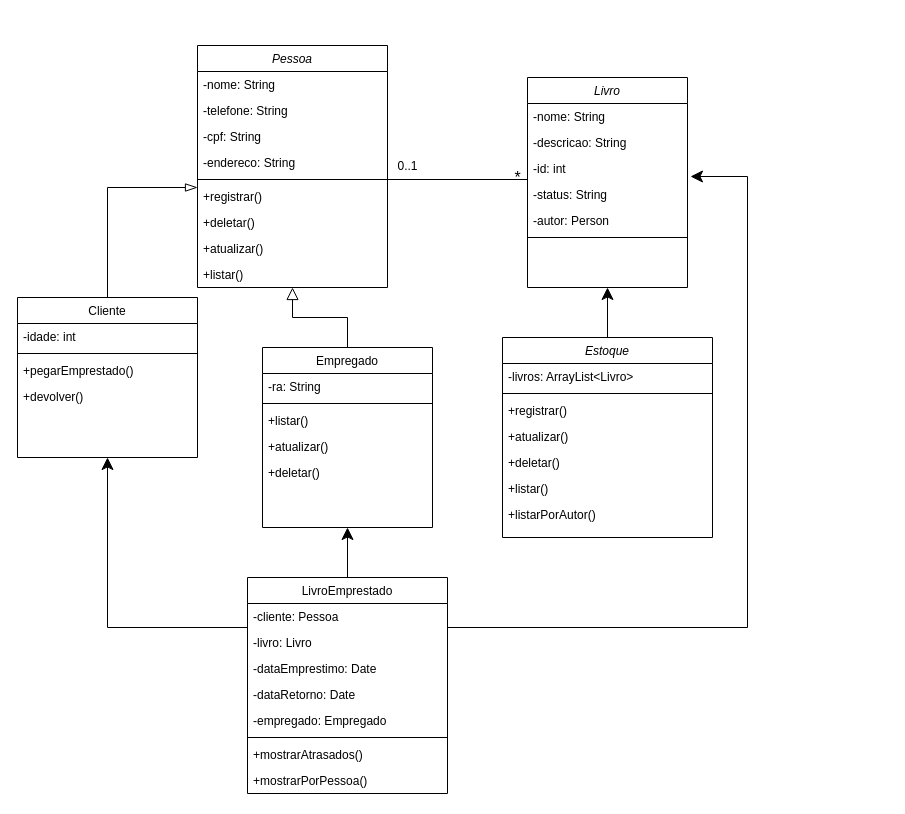
Earlier version of the draw.io diagram Untitled Diagram.drawio (JuanIWK3/diagrams). Source tidied: cells renumbered, new cells numbered last; positions are measured from the earlier drawing's top-left corner, leaving out a move shared by most shapes. Both pictures are drawn from the tidied source at 100%, with x=0, y=0 at pixel (17, 45).
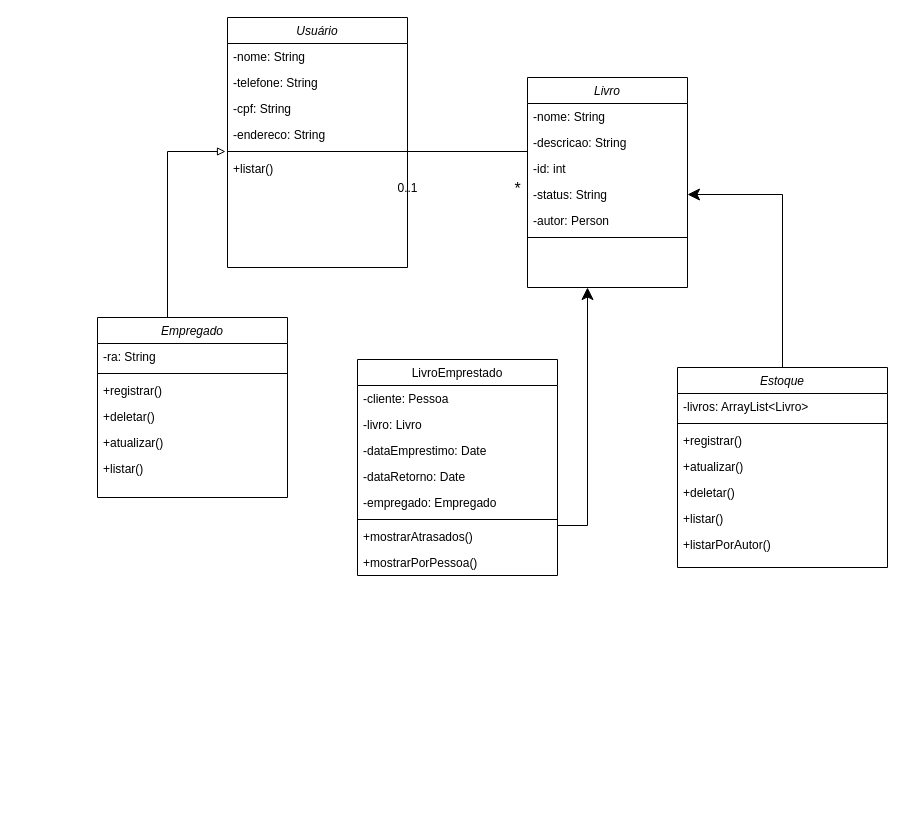
The same diagram, later.

The change refers to these unchanged cells:
```xml
<mxCell id="25" value="Livro" style="swimlane;fontStyle=2;align=center;verticalAlign=top;horizontal=1;startSize=26;rounded=0;shadow=0;strokeWidth=1;" parent="1" vertex="1">
  <mxGeometry x="510" y="32" width="160" height="210" as="geometry" />
</mxCell>
<mxCell id="29" value="-status: String" style="text;align=left;verticalAlign=top;spacingLeft=4;spacingRight=4;overflow=hidden;points=[[0,0.5],[1,0.5]];portConstraint=eastwest;" parent="25" vertex="1">
  <mxGeometry y="104" width="160" height="26" as="geometry" />
</mxCell>
```

Diff of the diagram source:
```diff
@@
-    <mxCell id="2" value="Pessoa" style="swimlane;fontStyle=2;align=center;verticalAlign=top;horizontal=1;startSize=26;rounded=0;shadow=0;strokeWidth=1;" parent="1" vertex="1">
-      <mxGeometry x="180" width="190" height="242" as="geometry" />
+    <mxCell id="2" value="Usuário" style="swimlane;fontStyle=2;align=center;verticalAlign=top;horizontal=1;startSize=26;rounded=0;shadow=0;strokeWidth=1;" parent="1" vertex="1">
+      <mxGeometry x="210" y="-28" width="180" height="250" as="geometry" />
     </mxCell>
     <mxCell id="3" value="-nome: String" style="text;align=left;verticalAlign=top;spacingLeft=4;spacingRight=4;overflow=hidden;" parent="2" vertex="1">
-      <mxGeometry y="26" width="190" height="26" as="geometry" />
+      <mxGeometry y="26" width="180" height="26" as="geometry" />
     </mxCell>
     <mxCell id="4" value="-telefone: String" style="text;align=left;verticalAlign=top;spacingLeft=4;spacingRight=4;overflow=hidden;rounded=0;shadow=0;html=0;" parent="2" vertex="1">
-      <mxGeometry y="52" width="190" height="26" as="geometry" />
+      <mxGeometry y="52" width="180" height="26" as="geometry" />
     </mxCell>
     <mxCell id="5" value="-cpf: String" style="text;align=left;verticalAlign=top;spacingLeft=4;spacingRight=4;overflow=hidden;rounded=0;shadow=0;html=0;" parent="2" vertex="1">
-      <mxGeometry y="78" width="190" height="26" as="geometry" />
+      <mxGeometry y="78" width="180" height="26" as="geometry" />
     </mxCell>
     <mxCell id="6" value="-endereco: String" style="text;align=left;verticalAlign=top;spacingLeft=4;spacingRight=4;overflow=hidden;points=[[0,0.5],[1,0.5]];portConstraint=eastwest;rounded=0;shadow=0;html=0;" parent="2" vertex="1">
-      <mxGeometry y="104" width="190" height="26" as="geometry" />
+      <mxGeometry y="104" width="180" height="26" as="geometry" />
     </mxCell>
     <mxCell id="7" style="line;html=1;strokeWidth=1;align=left;verticalAlign=middle;spacingTop=-1;spacingLeft=3;spacingRight=3;labelPosition=right;points=[];portConstraint=eastwest;" parent="2" vertex="1">
-      <mxGeometry y="130" width="190" height="8" as="geometry" />
+      <mxGeometry y="130" width="180" height="8" as="geometry" />
     </mxCell>
-    <mxCell id="8" value="+registrar()&#10;" style="text;align=left;verticalAlign=top;spacingLeft=4;spacingRight=4;overflow=hidden;" parent="2" vertex="1">
-      <mxGeometry y="138" width="190" height="26" as="geometry" />
-    </mxCell>
-    <mxCell id="9" value="+deletar()" style="text;align=left;verticalAlign=top;spacingLeft=4;spacingRight=4;overflow=hidden;" parent="2" vertex="1">
-      <mxGeometry y="164" width="190" height="26" as="geometry" />
-    </mxCell>
-    <mxCell id="10" value="+atualizar()" style="text;align=left;verticalAlign=top;spacingLeft=4;spacingRight=4;overflow=hidden;" parent="2" vertex="1">
-      <mxGeometry y="190" width="190" height="26" as="geometry" />
-    </mxCell>
     <mxCell id="11" value="+listar()" style="text;align=left;verticalAlign=top;spacingLeft=4;spacingRight=4;overflow=hidden;" parent="2" vertex="1">
-      <mxGeometry y="216" width="190" height="26" as="geometry" />
+      <mxGeometry y="138" width="180" height="26" as="geometry" />
     </mxCell>
-    <mxCell id="12" value="Cliente" style="swimlane;fontStyle=0;align=center;verticalAlign=top;horizontal=1;startSize=26;rounded=0;shadow=0;strokeWidth=1;" parent="1" vertex="1">
-      <mxGeometry y="252" width="180" height="160" as="geometry" />
-    </mxCell>
-    <mxCell id="13" value="-idade: int" style="text;align=left;verticalAlign=top;spacingLeft=4;spacingRight=4;overflow=hidden;rounded=0;shadow=0;html=0;" parent="12" vertex="1">
-      <mxGeometry y="26" width="180" height="26" as="geometry" />
-    </mxCell>
-    <mxCell id="14" style="line;html=1;strokeWidth=1;align=left;verticalAlign=middle;spacingTop=-1;spacingLeft=3;spacingRight=3;labelPosition=right;" parent="12" vertex="1">
-      <mxGeometry y="52" width="180" height="8" as="geometry" />
-    </mxCell>
-    <mxCell id="15" value="+pegarEmprestado()" style="text;align=left;verticalAlign=top;spacingLeft=4;spacingRight=4;overflow=hidden;" parent="12" vertex="1">
-      <mxGeometry y="60" width="180" height="26" as="geometry" />
-    </mxCell>
-    <mxCell id="16" value="+devolver()" style="text;align=left;verticalAlign=top;spacingLeft=4;spacingRight=4;overflow=hidden;" parent="12" vertex="1">
-      <mxGeometry y="86" width="180" height="26" as="geometry" />
-    </mxCell>
-    <mxCell id="17" style="endArrow=blockThin;endSize=10;endFill=0;shadow=0;strokeWidth=1;rounded=0;edgeStyle=elbowEdgeStyle;elbow=vertical;startSize=6;" parent="1" edge="1" source="12" target="2">
-      <mxGeometry relative="1" as="geometry">
-        <Array as="points">
-          <mxPoint x="90" y="142" />
-          <mxPoint x="90" y="262" />
-          <mxPoint x="110" y="172" />
-          <mxPoint x="110" y="162" />
-          <mxPoint x="90" y="192" />
-        </Array>
-      </mxGeometry>
-    </mxCell>
-    <mxCell id="18" style="edgeStyle=orthogonalEdgeStyle;rounded=0;jettySize=auto;html=1;fontSize=16;endArrow=block;endFill=0;endSize=10;entryX=0.5;entryY=1;entryDx=0;entryDy=0;" parent="1" edge="1" source="19" target="2">
-      <mxGeometry relative="1" as="geometry" />
-    </mxCell>
-    <mxCell id="19" value="Empregado" style="swimlane;fontStyle=0;align=center;verticalAlign=top;horizontal=1;startSize=26;rounded=0;shadow=0;strokeWidth=1;" parent="1" vertex="1">
-      <mxGeometry x="245" y="302" width="170" height="180" as="geometry" />
-    </mxCell>
-    <mxCell id="20" value="-ra: String" style="text;align=left;verticalAlign=top;spacingLeft=4;spacingRight=4;overflow=hidden;" parent="19" vertex="1">
-      <mxGeometry y="26" width="170" height="26" as="geometry" />
-    </mxCell>
-    <mxCell id="21" style="line;html=1;strokeWidth=1;align=left;verticalAlign=middle;spacingTop=-1;spacingLeft=3;spacingRight=3;labelPosition=right;" parent="19" vertex="1">
-      <mxGeometry y="52" width="170" height="8" as="geometry" />
-    </mxCell>
-    <mxCell id="22" value="+listar()" style="text;align=left;verticalAlign=top;spacingLeft=4;spacingRight=4;overflow=hidden;" parent="19" vertex="1">
-      <mxGeometry y="60" width="170" height="26" as="geometry" />
-    </mxCell>
-    <mxCell id="23" value="+atualizar()" style="text;align=left;verticalAlign=top;spacingLeft=4;spacingRight=4;overflow=hidden;" parent="19" vertex="1">
-      <mxGeometry y="86" width="170" height="26" as="geometry" />
-    </mxCell>
-    <mxCell id="24" value="+deletar()" style="text;align=left;verticalAlign=top;spacingLeft=4;spacingRight=4;overflow=hidden;" parent="19" vertex="1">
-      <mxGeometry y="112" width="170" height="26" as="geometry" />
-    </mxCell>
@@
-    <mxCell id="32" style="edgeStyle=orthogonalEdgeStyle;rounded=0;jettySize=auto;html=1;entryX=0.5;entryY=1;entryDx=0;entryDy=0;fontSize=16;endArrow=classic;endFill=1;endSize=10;" parent="1" edge="1" source="33" target="25">
+    <mxCell id="32" style="edgeStyle=orthogonalEdgeStyle;rounded=0;jettySize=auto;html=1;entryX=1;entryY=0.5;entryDx=0;entryDy=0;fontSize=16;endArrow=classic;endFill=1;endSize=10;" parent="1" edge="1" source="33" target="29">
       <mxGeometry relative="1" as="geometry" />
     </mxCell>
     <mxCell id="33" value="Estoque" style="swimlane;fontStyle=2;align=center;verticalAlign=top;horizontal=1;startSize=26;rounded=0;shadow=0;strokeWidth=1;" parent="1" vertex="1">
-      <mxGeometry x="485" y="292" width="210" height="200" as="geometry" />
+      <mxGeometry x="660" y="322" width="210" height="200" as="geometry" />
     </mxCell>
@@
     <mxCell id="41" value="&lt;font style=&quot;font-size: 16px&quot;&gt;*&lt;/font&gt;" style="text;html=1;align=center;verticalAlign=middle;strokeColor=none;fillColor=none;strokeWidth=2;" parent="1" vertex="1">
-      <mxGeometry x="490" y="122" width="20" height="20" as="geometry" />
+      <mxGeometry x="490" y="133" width="20" height="20" as="geometry" />
     </mxCell>
@@
-    <mxCell id="43" style="edgeStyle=orthogonalEdgeStyle;rounded=0;jettySize=auto;html=1;fontSize=16;endArrow=classic;endFill=1;startSize=6;endSize=10;entryX=0.5;entryY=1;entryDx=0;entryDy=0;" parent="1" edge="1" source="46" target="12">
-      <mxGeometry relative="1" as="geometry">
-        <Array as="points">
-          <mxPoint x="90" y="582" />
-        </Array>
-      </mxGeometry>
-    </mxCell>
-    <mxCell id="44" style="edgeStyle=orthogonalEdgeStyle;rounded=0;jettySize=auto;html=1;entryX=1.019;entryY=-0.192;entryDx=0;entryDy=0;fontSize=16;endArrow=classic;endFill=1;startSize=6;endSize=10;entryPerimeter=0;" parent="1" edge="1" source="46">
+    <mxCell id="44" style="edgeStyle=orthogonalEdgeStyle;rounded=0;jettySize=auto;html=1;fontSize=16;endArrow=classic;endFill=1;startSize=6;endSize=10;" parent="1" edge="1" source="46">
       <mxGeometry relative="1" as="geometry">
-        <mxPoint x="673" y="131" as="targetPoint" />
+        <mxPoint x="570" y="242" as="targetPoint" />
         <Array as="points">
-          <mxPoint x="730" y="582" />
-          <mxPoint x="730" y="131" />
+          <mxPoint x="570" y="480" />
         </Array>
       </mxGeometry>
     </mxCell>
-    <mxCell id="45" style="edgeStyle=orthogonalEdgeStyle;rounded=0;jettySize=auto;html=1;entryX=0.5;entryY=1;entryDx=0;entryDy=0;endSize=10;" parent="1" edge="1" source="46" target="19">
-      <mxGeometry relative="1" as="geometry" />
-    </mxCell>
     <mxCell id="46" value="LivroEmprestado" style="swimlane;fontStyle=0;align=center;verticalAlign=top;horizontal=1;startSize=26;rounded=0;shadow=0;strokeWidth=1;" parent="1" vertex="1">
-      <mxGeometry x="230" y="532" width="200" height="216" as="geometry" />
+      <mxGeometry x="340" y="314" width="200" height="216" as="geometry" />
     </mxCell>
@@
     <mxCell id="55" value="0..1" style="text;html=1;align=center;verticalAlign=middle;strokeColor=none;fillColor=none;" parent="1" vertex="1">
-      <mxGeometry x="370" y="111" width="40" height="20" as="geometry" />
+      <mxGeometry x="370" y="133" width="40" height="20" as="geometry" />
     </mxCell>
+    <mxCell id="56" style="edgeStyle=orthogonalEdgeStyle;rounded=0;jettySize=auto;html=1;endArrow=block;endFill=0;entryX=-0.011;entryY=1.154;entryDx=0;entryDy=0;entryPerimeter=0;" parent="1" edge="1" source="19" target="6">
+      <mxGeometry relative="1" as="geometry">
+        <Array as="points">
+          <mxPoint x="150" y="353" />
+          <mxPoint x="150" y="106" />
+        </Array>
+      </mxGeometry>
+    </mxCell>
+    <mxCell id="19" value="Empregado" style="swimlane;fontStyle=2;align=center;verticalAlign=top;horizontal=1;startSize=26;rounded=0;shadow=0;strokeWidth=1;" parent="1" vertex="1">
+      <mxGeometry x="80" y="272" width="190" height="180" as="geometry" />
+    </mxCell>
+    <mxCell id="20" value="-ra: String" style="text;align=left;verticalAlign=top;spacingLeft=4;spacingRight=4;overflow=hidden;rounded=0;shadow=0;html=0;" parent="19" vertex="1">
+      <mxGeometry y="26" width="190" height="26" as="geometry" />
+    </mxCell>
+    <mxCell id="57" style="line;html=1;strokeWidth=1;align=left;verticalAlign=middle;spacingTop=-1;spacingLeft=3;spacingRight=3;labelPosition=right;" parent="19" vertex="1">
+      <mxGeometry y="52" width="190" height="8" as="geometry" />
+    </mxCell>
+    <mxCell id="8" value="+registrar()&#10;" style="text;align=left;verticalAlign=top;spacingLeft=4;spacingRight=4;overflow=hidden;" parent="19" vertex="1">
+      <mxGeometry y="60" width="190" height="26" as="geometry" />
+    </mxCell>
+    <mxCell id="58" value="+deletar()" style="text;align=left;verticalAlign=top;spacingLeft=4;spacingRight=4;overflow=hidden;" parent="19" vertex="1">
+      <mxGeometry y="86" width="190" height="26" as="geometry" />
+    </mxCell>
+    <mxCell id="59" value="+atualizar()" style="text;align=left;verticalAlign=top;spacingLeft=4;spacingRight=4;overflow=hidden;" parent="19" vertex="1">
+      <mxGeometry y="112" width="190" height="26" as="geometry" />
+    </mxCell>
+    <mxCell id="22" value="+listar()" style="text;align=left;verticalAlign=top;spacingLeft=4;spacingRight=4;overflow=hidden;" parent="19" vertex="1">
+      <mxGeometry y="138" width="190" height="26" as="geometry" />
+    </mxCell>
```
